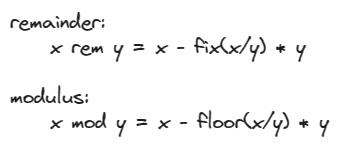
Above: blog/2024-01-18-remainder-and-modulo/img/rem-mod.png in lijunlin2022/lijunlin2022.github.io (Excalidraw), before the change. Source tidied: one line per element, renumbered; positions are measured from the earlier drawing's top-left corner, leaving out a move shared by most shapes. The source it was exported from:
```json
{"id": 0, "type": "text", "text": "remainder:\n    x rem y = x - fix(x/y) * y\n\nmodulus:\n    x mod y = x - floor(x/y) * y", "strokeColor": "#1e1e1e", "strokeWidth": 2, "roughness": 1, "fontSize": 20, "fontFamily": 1, "x": 0, "y": 0, "width": 319, "height": 125}
```
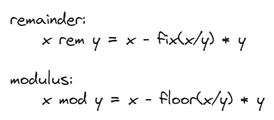
After the commit.

Commit message:
feat: 更新《不复制元素的循环轮播图如何实现——求模》

The edit, as a diff of the source:
```diff
@@ -1,1 +1,1 @@
-{"id": 0, "type": "text", "text": "remainder:\n    x rem y = x - fix(x/y) * y\n\nmodulus:\n    x mod y = x - floor(x/y) * y", "strokeColor": "#1e1e1e", "strokeWidth": 2, "roughness": 1, "fontSize": 20, "fontFamily": 1, "x": 0, "y": 0, "width": 319, "height": 125}
+{"id": 0, "type": "text", "text": "remainder:\n    x rem y = x - fix(x/y) * y\n\nmodulus:\n    x mod y = x - floor(x/y) * y", "strokeColor": "#1e1e1e", "strokeWidth": 2, "roughness": 1, "fontSize": 16, "fontFamily": 1, "x": 0, "y": 0, "width": 255, "height": 100}
```
